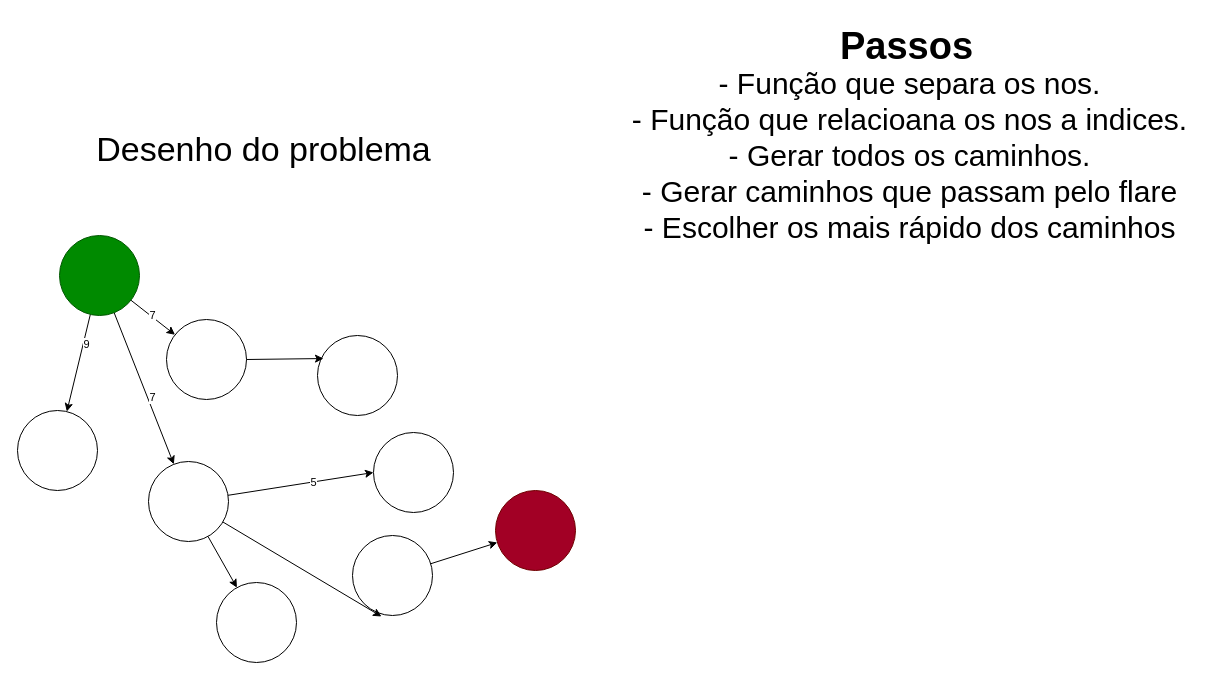
Before: Recursao/desing.drawio in Ivison-sys/IP, a draw.io diagram. Source tidied: cells renumbered, new cells numbered last; positions are measured from the earlier drawing's top-left corner, leaving out a move shared by most shapes. Both pictures are drawn from the tidied source at 100%, with x=0, y=0 at pixel (17, 17).
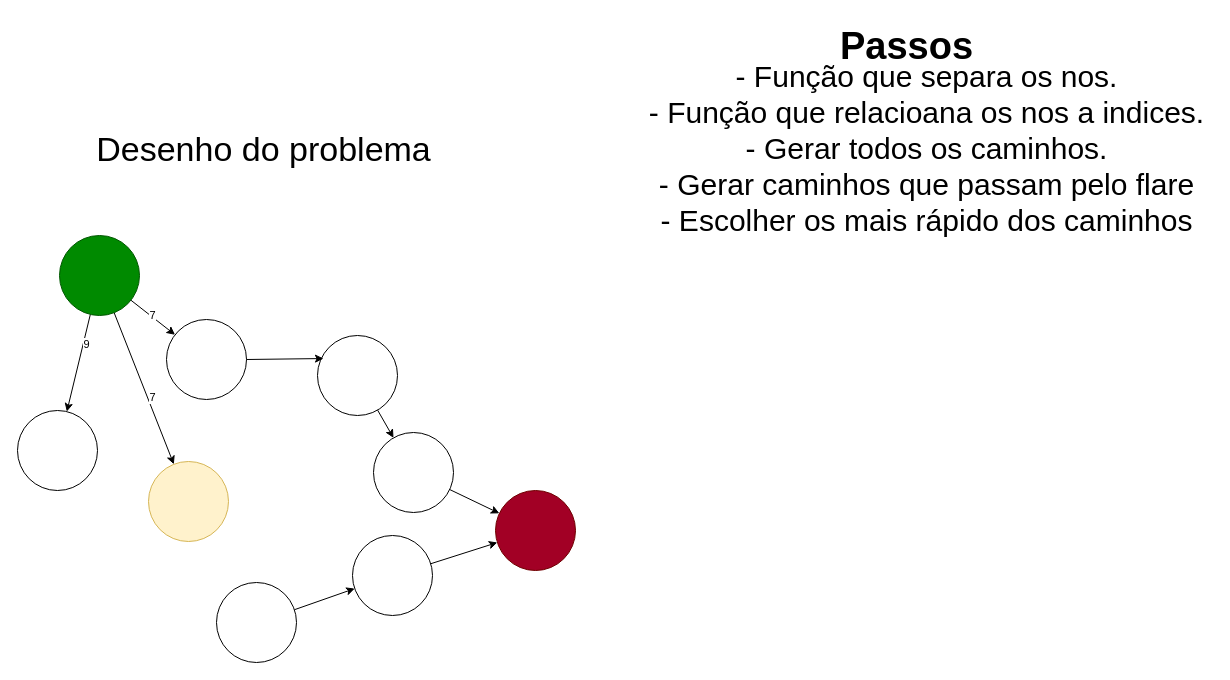
The same diagram, later.

The change refers to these unchanged cells:
```xml
<mxCell id="3" style="ellipse;whiteSpace=wrap;html=1;fillColor=#a20025;fontColor=#ffffff;strokeColor=#6F0000;" parent="1" vertex="1">
  <mxGeometry x="478" y="473" width="80" height="80" as="geometry" />
</mxCell>
<mxCell id="12" style="ellipse;whiteSpace=wrap;html=1;" parent="1" vertex="1">
  <mxGeometry x="199" y="565" width="80" height="80" as="geometry" />
</mxCell>
<mxCell id="13" style="ellipse;whiteSpace=wrap;html=1;" parent="1" vertex="1">
  <mxGeometry x="300" y="318" width="80" height="80" as="geometry" />
</mxCell>
<mxCell id="14" style="ellipse;whiteSpace=wrap;html=1;" parent="1" vertex="1">
  <mxGeometry x="356" y="415" width="80" height="80" as="geometry" />
</mxCell>
<mxCell id="16" style="ellipse;whiteSpace=wrap;html=1;" parent="1" vertex="1">
  <mxGeometry x="335" y="518" width="80" height="80" as="geometry" />
</mxCell>
```

The edit, as a diff of the source:
```diff
@@
+    <mxCell id="27" style="edgeStyle=none;html=1;" parent="1" edge="1" source="12" target="16">
+      <mxGeometry relative="1" as="geometry" />
+    </mxCell>
@@
+    <mxCell id="28" style="edgeStyle=none;html=1;" parent="1" edge="1" source="13" target="14">
+      <mxGeometry relative="1" as="geometry" />
+    </mxCell>
@@
+    <mxCell id="29" style="edgeStyle=none;html=1;" parent="1" edge="1" source="14" target="3">
+      <mxGeometry relative="1" as="geometry" />
+    </mxCell>
@@
-    <mxCell id="18" style="edgeStyle=none;html=1;" parent="1" edge="1" source="22" target="12">
-      <mxGeometry relative="1" as="geometry" />
-    </mxCell>
-    <mxCell id="19" style="edgeStyle=none;html=1;entryX=0;entryY=0.5;entryDx=0;entryDy=0;" parent="1" edge="1" source="22" target="14">
-      <mxGeometry relative="1" as="geometry" />
-    </mxCell>
-    <mxCell id="20" value="5" style="edgeLabel;html=1;align=center;verticalAlign=middle;" parent="19" vertex="1">
-      <mxGeometry x="0.16" relative="1" as="geometry">
-        <mxPoint x="1" as="offset" />
-      </mxGeometry>
-    </mxCell>
-    <mxCell id="21" style="edgeStyle=none;html=1;" parent="1" edge="1" source="22">
-      <mxGeometry relative="1" as="geometry">
-        <mxPoint x="364" y="599" as="targetPoint" />
-      </mxGeometry>
-    </mxCell>
-    <mxCell id="22" style="ellipse;whiteSpace=wrap;html=1;" parent="1" vertex="1">
+    <mxCell id="22" style="ellipse;whiteSpace=wrap;html=1;fillColor=#fff2cc;strokeColor=#d6b656;" parent="1" vertex="1">
       <mxGeometry x="131" y="444" width="80" height="80" as="geometry" />
     </mxCell>
@@
     <mxCell id="26" value="&lt;font style=&quot;color: light-dark(rgb(0, 0, 0), rgb(0, 255, 0));&quot;&gt;- Função que separa os nos.&lt;/font&gt;&lt;br&gt;&lt;font style=&quot;color: light-dark(rgb(0, 0, 0), rgb(0, 204, 0));&quot;&gt;- Função que relacioana os nos a indices.&lt;/font&gt;&lt;div&gt;&lt;font style=&quot;color: light-dark(rgb(0, 0, 0), rgb(0, 204, 0));&quot;&gt;- Gerar todos os caminhos.&lt;br&gt;- Gerar caminhos que passam pelo flare&lt;/font&gt;&lt;/div&gt;&lt;div&gt;&lt;font style=&quot;color: light-dark(rgb(0, 0, 0), rgb(255, 255, 255));&quot;&gt;- Escolher os mais rápido dos caminhos&lt;/font&gt;&lt;/div&gt;&lt;div&gt;&lt;br&gt;&lt;/div&gt;" style="text;html=1;align=center;verticalAlign=middle;strokeColor=none;fillColor=none;fontSize=30;" parent="1" vertex="1">
-      <mxGeometry x="605" y="42" width="573" height="228" as="geometry" />
+      <mxGeometry x="622" y="35" width="573" height="228" as="geometry" />
     </mxCell>
```
